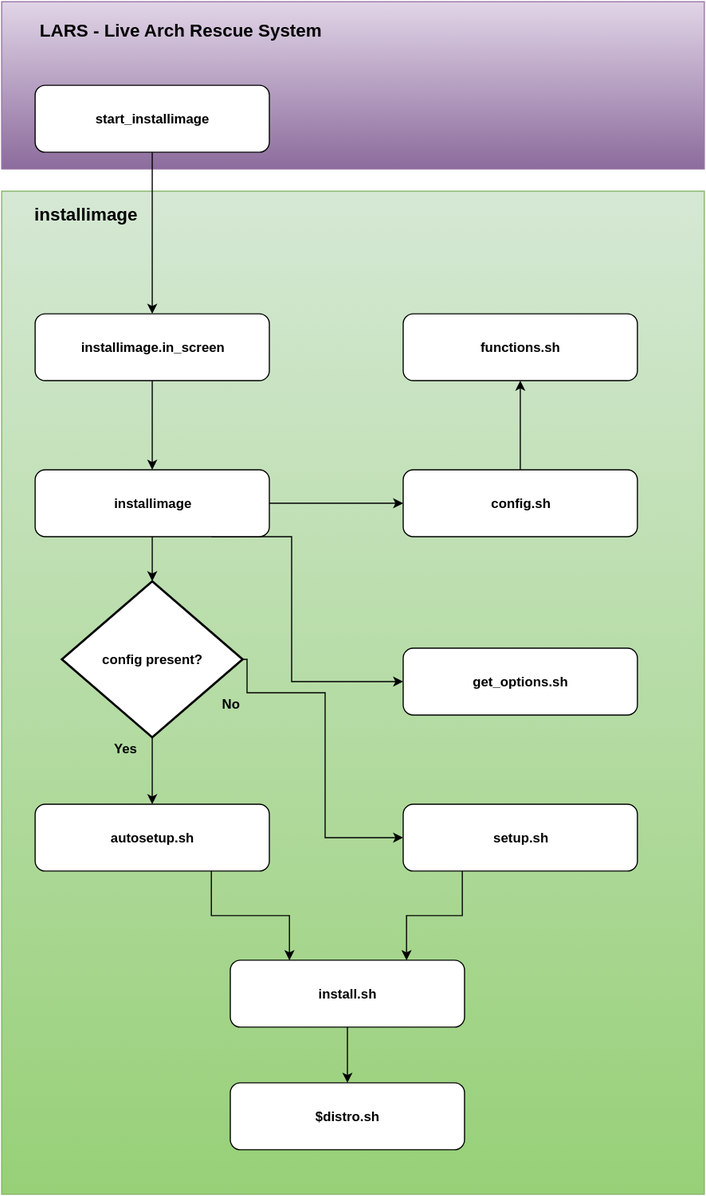
Before: installimage-workflow.svg, a diagram exported from draw.io (virtapi/installimage). Source tidied: cells renumbered, new cells last; positions are measured from the earlier drawing's top-left corner, leaving out a move shared by most shapes.
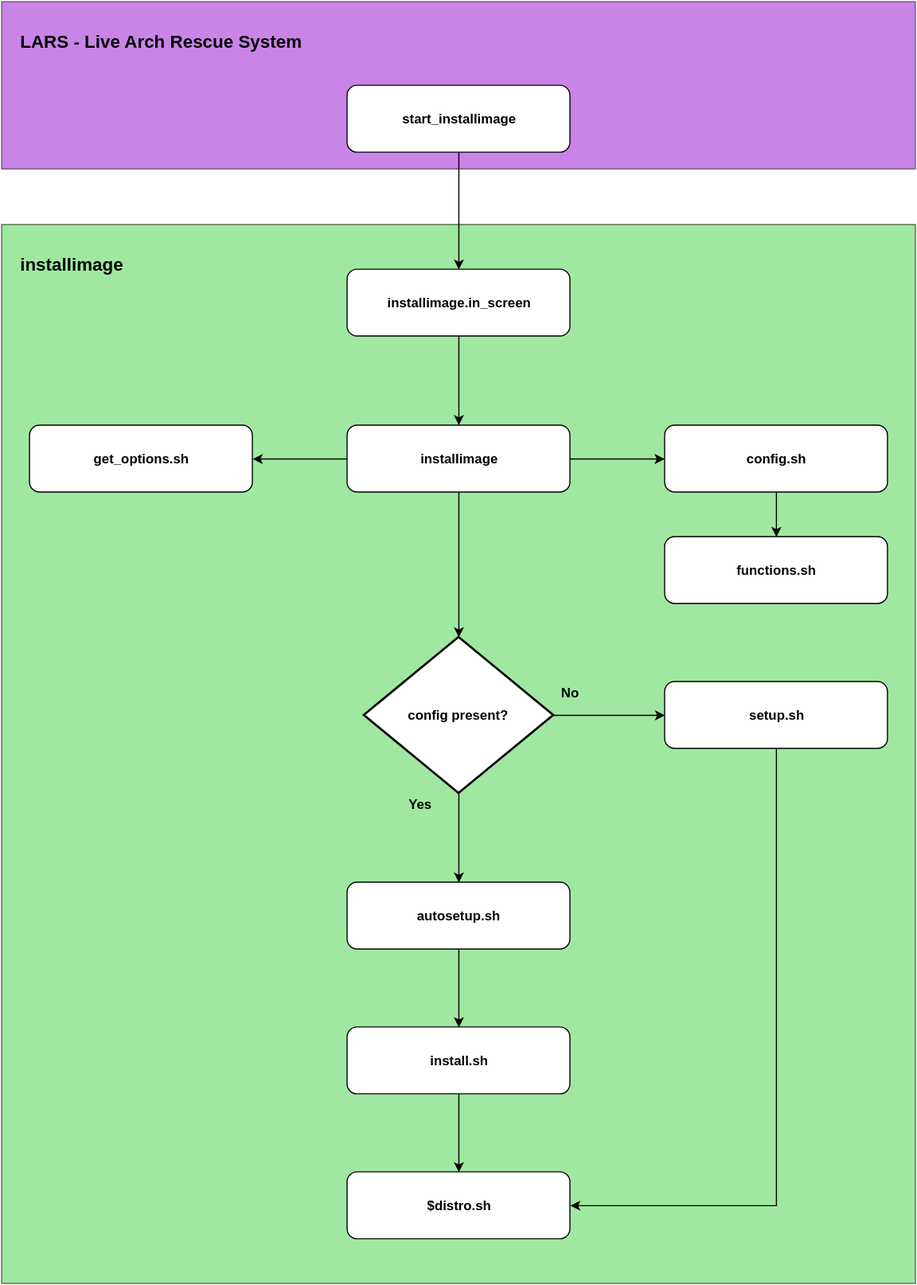
After the commit.

Commit message:
optimize workflow graphic

The edit, as a diff of the source:
```diff
@@ -2,100 +2,89 @@
   <root>
     <mxCell id="0" />
     <mxCell id="1" parent="0" />
-    <mxCell id="2" style="whiteSpace=wrap;html=1;plain-purple;" parent="1" vertex="1">
-      <mxGeometry width="630" height="150" as="geometry" />
+    <mxCell id="2" style="whiteSpace=wrap;html=1;plain-purple;gradientColor=none;fillColor=#C984E7;strokeColor=#6C5378;" parent="1" vertex="1">
+      <mxGeometry x="-20" y="-40" width="820" height="150" as="geometry" />
     </mxCell>
-    <mxCell id="3" value="&lt;b&gt;&lt;font style=&quot;font-size: 16px&quot;&gt;LARS - Live Arch Rescue System&lt;/font&gt;&lt;/b&gt;" style="text;html=1;strokeColor=none;fillColor=none;align=center;verticalAlign=middle;whiteSpace=wrap;overflow=hidden;" parent="1" vertex="1">
-      <mxGeometry width="320" height="50" as="geometry" />
+    <mxCell id="3" value="&lt;b&gt;&lt;font style=&quot;font-size: 16px&quot;&gt;LARS - Live Arch Rescue System&lt;/font&gt;&lt;/b&gt;" style="text;html=1;strokeColor=none;fillColor=none;align=left;verticalAlign=middle;whiteSpace=wrap;overflow=hidden;" parent="1" vertex="1">
+      <mxGeometry x="-5" y="-25" width="340" height="40" as="geometry" />
     </mxCell>
     <mxCell id="4" value="&lt;b&gt;start_installimage&lt;/b&gt;" style="rounded=1;whiteSpace=wrap;html=1;" parent="1" vertex="1">
-      <mxGeometry x="30" y="75" width="210" height="60" as="geometry" />
+      <mxGeometry x="290" y="35" width="200" height="60" as="geometry" />
     </mxCell>
-    <mxCell id="5" style="whiteSpace=wrap;html=1;plain-green;" parent="1" vertex="1">
-      <mxGeometry y="170" width="630" height="900" as="geometry" />
+    <mxCell id="5" style="whiteSpace=wrap;html=1;plain-green;gradientColor=none;fillColor=#A0E8A2;strokeColor=#4C693C;" parent="1" vertex="1">
+      <mxGeometry x="-20" y="160" width="820" height="950" as="geometry" />
     </mxCell>
     <mxCell id="6" style="edgeStyle=orthogonalEdgeStyle;rounded=0;html=1;exitX=0.5;exitY=1;jettySize=auto;" parent="1" edge="1" source="7" target="12">
       <mxGeometry relative="1" as="geometry" />
     </mxCell>
     <mxCell id="7" value="&lt;b&gt;installimage.in_screen&lt;/b&gt;" style="rounded=1;whiteSpace=wrap;html=1;" parent="1" vertex="1">
-      <mxGeometry x="30" y="280" width="210" height="60" as="geometry" />
+      <mxGeometry x="290" y="200" width="200" height="60" as="geometry" />
     </mxCell>
-    <mxCell id="8" value="&lt;b&gt;&lt;font style=&quot;font-size: 16px&quot;&gt;installimage&lt;/font&gt;&lt;/b&gt;" style="text;html=1;strokeColor=none;fillColor=none;align=center;verticalAlign=middle;whiteSpace=wrap;overflow=hidden;" parent="1" vertex="1">
-      <mxGeometry x="10" y="170" width="130" height="40" as="geometry" />
+    <mxCell id="8" value="&lt;b&gt;&lt;font style=&quot;font-size: 16px&quot;&gt;installimage&lt;/font&gt;&lt;/b&gt;" style="text;html=1;strokeColor=none;fillColor=none;align=left;verticalAlign=middle;whiteSpace=wrap;overflow=hidden;" parent="1" vertex="1">
+      <mxGeometry x="-5" y="175" width="180" height="40" as="geometry" />
     </mxCell>
     <mxCell id="9" style="edgeStyle=orthogonalEdgeStyle;rounded=0;html=1;exitX=1;exitY=0.5;jettySize=auto;" parent="1" edge="1" source="12" target="14">
       <mxGeometry relative="1" as="geometry" />
     </mxCell>
+    <mxCell id="11" style="edgeStyle=orthogonalEdgeStyle;rounded=0;html=1;exitX=0.5;exitY=1;entryX=0.5;entryY=0;entryPerimeter=0;jettySize=auto;" parent="1" edge="1" source="12" target="21">
+      <mxGeometry relative="1" as="geometry" />
+    </mxCell>
-    <mxCell id="10" style="edgeStyle=orthogonalEdgeStyle;rounded=0;html=1;exitX=0.75;exitY=1;entryX=0;entryY=0.5;jettySize=auto;" parent="1" edge="1" source="12" target="16">
-      <mxGeometry relative="1" as="geometry">
-        <Array as="points">
-          <mxPoint x="260" y="480" />
-          <mxPoint x="260" y="610" />
-        </Array>
-      </mxGeometry>
+    <mxCell id="10" style="edgeStyle=orthogonalEdgeStyle;rounded=0;html=1;exitX=0;exitY=0.5;jettySize=auto;entryX=1;entryY=0.5;" parent="1" edge="1" source="12" target="16">
+      <mxGeometry relative="1" as="geometry" />
     </mxCell>
-    <mxCell id="11" style="edgeStyle=orthogonalEdgeStyle;rounded=0;html=1;exitX=0.5;exitY=1;entryX=0.5;entryY=0;entryPerimeter=0;jettySize=auto;" parent="1" edge="1" source="12" target="21">
-      <mxGeometry relative="1" as="geometry" />
-    </mxCell>
     <mxCell id="12" value="&lt;b&gt;installimage&lt;/b&gt;" style="rounded=1;whiteSpace=wrap;html=1;" parent="1" vertex="1">
-      <mxGeometry x="30" y="420" width="210" height="60" as="geometry" />
+      <mxGeometry x="290" y="340" width="200" height="60" as="geometry" />
     </mxCell>
-    <mxCell id="13" style="edgeStyle=orthogonalEdgeStyle;rounded=0;html=1;exitX=0.5;exitY=0;entryX=0.5;entryY=1;jettySize=auto;" parent="1" edge="1" source="14" target="15">
+    <mxCell id="13" style="edgeStyle=orthogonalEdgeStyle;rounded=0;html=1;exitX=0.5;exitY=1;jettySize=auto;entryX=0.5;entryY=0;" parent="1" edge="1" source="14" target="15">
       <mxGeometry relative="1" as="geometry" />
     </mxCell>
     <mxCell id="14" value="&lt;b&gt;config.sh&lt;/b&gt;" style="rounded=1;whiteSpace=wrap;html=1;" parent="1" vertex="1">
-      <mxGeometry x="360" y="420" width="210" height="60" as="geometry" />
+      <mxGeometry x="575" y="340" width="200" height="60" as="geometry" />
     </mxCell>
     <mxCell id="15" value="&lt;b&gt;functions.sh&lt;/b&gt;" style="rounded=1;whiteSpace=wrap;html=1;" parent="1" vertex="1">
-      <mxGeometry x="360" y="280" width="210" height="60" as="geometry" />
+      <mxGeometry x="575" y="440" width="200" height="60" as="geometry" />
     </mxCell>
     <mxCell id="16" value="&lt;b&gt;get_options.sh&lt;/b&gt;" style="rounded=1;whiteSpace=wrap;html=1;" parent="1" vertex="1">
-      <mxGeometry x="360" y="580" width="210" height="60" as="geometry" />
+      <mxGeometry x="5" y="340" width="200" height="60" as="geometry" />
     </mxCell>
-    <mxCell id="17" style="edgeStyle=orthogonalEdgeStyle;rounded=0;html=1;exitX=0.25;exitY=1;entryX=0.75;entryY=0;jettySize=auto;" parent="1" edge="1" source="18" target="25">
-      <mxGeometry relative="1" as="geometry" />
-    </mxCell>
+    <mxCell id="30" style="edgeStyle=orthogonalEdgeStyle;rounded=0;html=1;exitX=0.5;exitY=1;entryX=1;entryY=0.5;jettySize=auto;" parent="1" edge="1" source="18" target="26">
+      <mxGeometry relative="1" as="geometry" />
+    </mxCell>
     <mxCell id="18" value="&lt;b&gt;setup.sh&lt;/b&gt;" style="rounded=1;whiteSpace=wrap;html=1;" parent="1" vertex="1">
-      <mxGeometry x="360" y="720" width="210" height="60" as="geometry" />
+      <mxGeometry x="575" y="570" width="200" height="60" as="geometry" />
     </mxCell>
+    <mxCell id="20" style="edgeStyle=orthogonalEdgeStyle;rounded=0;html=1;exitX=0.5;exitY=1;exitPerimeter=0;entryX=0.5;entryY=0;jettySize=auto;" parent="1" edge="1" source="21" target="23">
+      <mxGeometry relative="1" as="geometry" />
+    </mxCell>
     <mxCell id="19" style="edgeStyle=orthogonalEdgeStyle;rounded=0;html=1;exitX=1;exitY=0.5;exitPerimeter=0;entryX=0;entryY=0.5;jettySize=auto;" parent="1" edge="1" source="21" target="18">
-      <mxGeometry relative="1" as="geometry">
-        <Array as="points">
-          <mxPoint x="220" y="620" />
-          <mxPoint x="290" y="620" />
-          <mxPoint x="290" y="750" />
-        </Array>
-      </mxGeometry>
+      <mxGeometry relative="1" as="geometry" />
     </mxCell>
-    <mxCell id="20" style="edgeStyle=orthogonalEdgeStyle;rounded=0;html=1;exitX=0.5;exitY=1;exitPerimeter=0;entryX=0.5;entryY=0;jettySize=auto;" parent="1" edge="1" source="21" target="23">
-      <mxGeometry relative="1" as="geometry" />
-    </mxCell>
     <mxCell id="21" value="&lt;b&gt;config present?&lt;/b&gt;" style="strokeWidth=2;html=1;shape=mxgraph.flowchart.decision;whiteSpace=wrap;" parent="1" vertex="1">
-      <mxGeometry x="54" y="520" width="162" height="140" as="geometry" />
+      <mxGeometry x="305" y="530" width="170" height="140" as="geometry" />
     </mxCell>
-    <mxCell id="22" style="edgeStyle=orthogonalEdgeStyle;rounded=0;html=1;exitX=0.75;exitY=1;entryX=0.25;entryY=0;jettySize=auto;" parent="1" edge="1" source="23" target="25">
+    <mxCell id="22" style="edgeStyle=orthogonalEdgeStyle;rounded=0;html=1;exitX=0.5;exitY=1;jettySize=auto;entryX=0.5;entryY=0;" parent="1" edge="1" source="23" target="25">
       <mxGeometry relative="1" as="geometry" />
     </mxCell>
     <mxCell id="23" value="&lt;b&gt;autosetup.sh&lt;/b&gt;" style="rounded=1;whiteSpace=wrap;html=1;" parent="1" vertex="1">
-      <mxGeometry x="30" y="720" width="210" height="60" as="geometry" />
+      <mxGeometry x="290" y="750" width="200" height="60" as="geometry" />
     </mxCell>
     <mxCell id="24" style="edgeStyle=orthogonalEdgeStyle;rounded=0;html=1;exitX=0.5;exitY=1;entryX=0.5;entryY=0;jettySize=auto;" parent="1" edge="1" source="25" target="26">
       <mxGeometry relative="1" as="geometry" />
     </mxCell>
     <mxCell id="25" value="&lt;b&gt;install.sh&lt;/b&gt;" style="rounded=1;whiteSpace=wrap;html=1;" parent="1" vertex="1">
-      <mxGeometry x="205" y="860" width="210" height="60" as="geometry" />
+      <mxGeometry x="290" y="880" width="200" height="60" as="geometry" />
     </mxCell>
     <mxCell id="26" value="&lt;b&gt;$distro.sh&lt;/b&gt;" style="rounded=1;whiteSpace=wrap;html=1;" parent="1" vertex="1">
-      <mxGeometry x="205" y="970" width="210" height="60" as="geometry" />
+      <mxGeometry x="290" y="1010" width="200" height="60" as="geometry" />
     </mxCell>
     <mxCell id="27" style="edgeStyle=orthogonalEdgeStyle;rounded=0;html=1;exitX=0.5;exitY=1;entryX=0.5;entryY=0;jettySize=auto;" parent="1" edge="1" source="4" target="7">
       <mxGeometry relative="1" as="geometry" />
     </mxCell>
     <mxCell id="28" value="&lt;b&gt;Yes&lt;/b&gt;" style="text;html=1;strokeColor=none;fillColor=none;align=center;verticalAlign=middle;whiteSpace=wrap;overflow=hidden;" parent="1" vertex="1">
-      <mxGeometry x="90" y="660" width="40" height="20" as="geometry" />
+      <mxGeometry x="335" y="670" width="40" height="20" as="geometry" />
     </mxCell>
     <mxCell id="29" value="&lt;b&gt;No&lt;/b&gt;" style="text;html=1;strokeColor=none;fillColor=none;align=center;verticalAlign=middle;whiteSpace=wrap;overflow=hidden;" parent="1" vertex="1">
-      <mxGeometry x="185" y="620" width="40" height="20" as="geometry" />
+      <mxGeometry x="470" y="570" width="40" height="20" as="geometry" />
     </mxCell>
   </root>
 </mxGraphModel>
```
